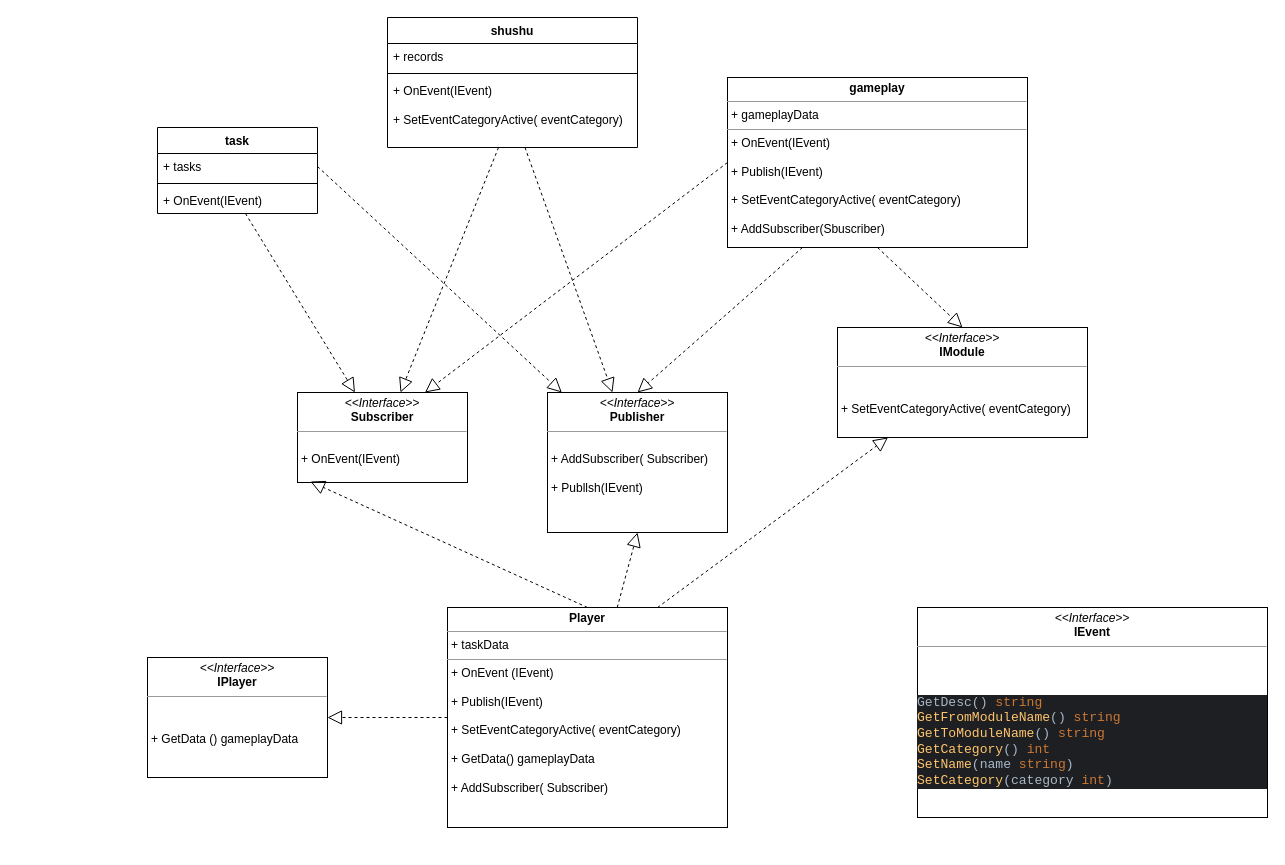
This is module.drawio from phuhao00/greatestworks, a draw.io file, before an edit. Source tidied: cells renumbered, new cells numbered last; positions are measured from the earlier drawing's top-left corner, leaving out a move shared by most shapes. Both pictures are drawn from the tidied source at 100%, with x=0, y=0 at pixel (147, 17).
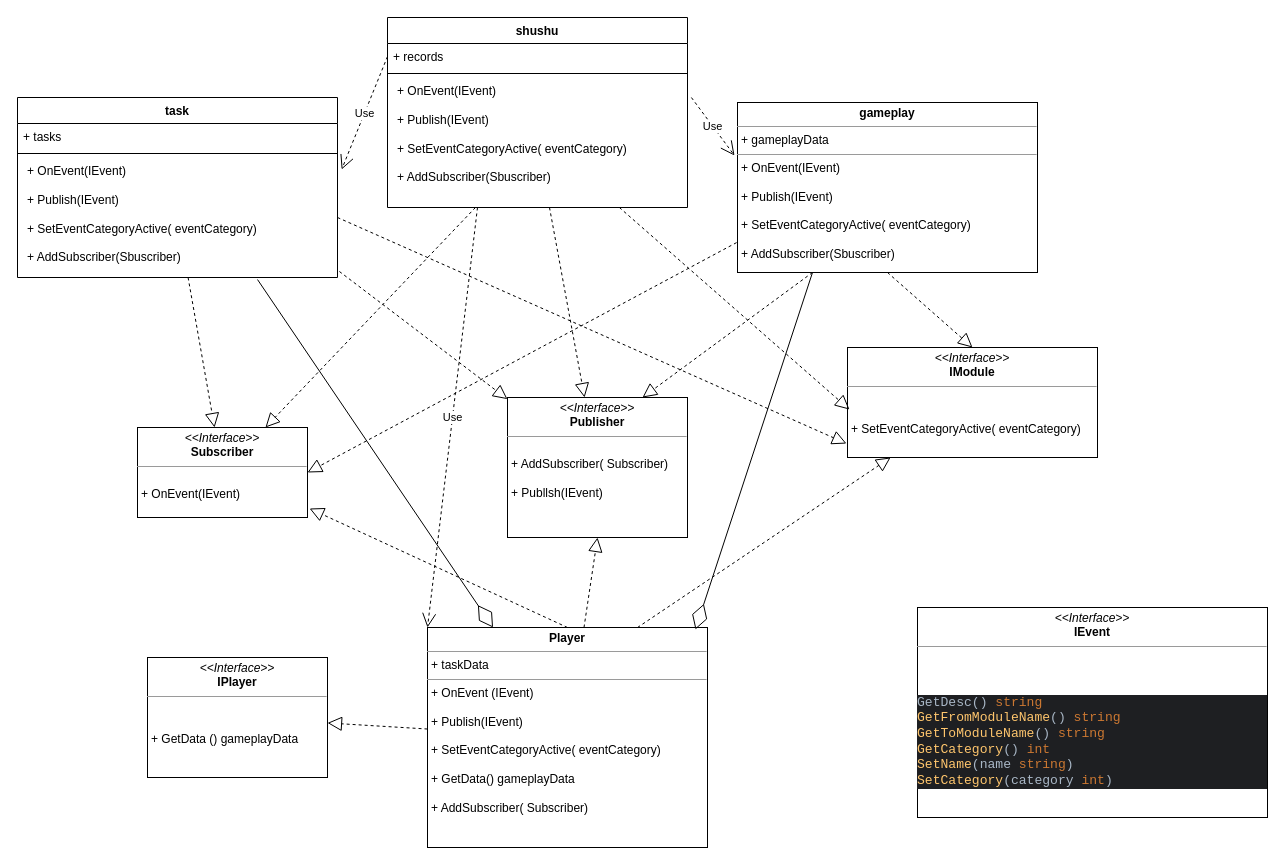
After the change.

Commit message (it also covers changes not shown here):
module class view edit

Change to the diagram source:
```diff
@@
     <mxCell id="2" value="task" style="swimlane;fontStyle=1;align=center;verticalAlign=top;horizontal=1;startSize=26;whiteSpace=wrap;html=1;" parent="1" vertex="1">
-      <mxGeometry x="10" y="110" width="160" height="86" as="geometry" />
+      <mxGeometry x="-130" y="80" width="320" height="180" as="geometry" />
     </mxCell>
     <mxCell id="3" value="+ tasks" style="text;strokeColor=none;fillColor=none;align=left;verticalAlign=top;spacingLeft=4;spacingRight=4;overflow=hidden;points=[[0,0.5],[1,0.5]];portConstraint=eastwest;whiteSpace=wrap;html=1;" parent="2" vertex="1">
-      <mxGeometry y="26" width="160" height="26" as="geometry" />
+      <mxGeometry y="26" width="320" height="26" as="geometry" />
     </mxCell>
     <mxCell id="4" style="line;strokeWidth=1;fillColor=none;align=left;verticalAlign=middle;spacingTop=-1;spacingLeft=3;spacingRight=3;labelPosition=right;strokeColor=inherit;" parent="2" vertex="1">
-      <mxGeometry y="52" width="160" height="8" as="geometry" />
+      <mxGeometry y="52" width="320" height="8" as="geometry" />
     </mxCell>
-    <mxCell id="5" value="+ OnEvent(IEvent)&lt;br&gt;" style="text;strokeColor=none;fillColor=none;align=left;verticalAlign=top;spacingLeft=4;spacingRight=4;overflow=hidden;points=[[0,0.5],[1,0.5]];portConstraint=eastwest;whiteSpace=wrap;html=1;" parent="2" vertex="1">
-      <mxGeometry y="60" width="160" height="26" as="geometry" />
+    <mxCell id="5" value="&lt;p style=&quot;border-color: var(--border-color); margin: 0px 0px 0px 4px;&quot;&gt;+ OnEvent(IEvent)&lt;/p&gt;&lt;p style=&quot;border-color: var(--border-color); margin: 0px 0px 0px 4px;&quot;&gt;&lt;br style=&quot;border-color: var(--border-color);&quot;&gt;&lt;/p&gt;&lt;p style=&quot;border-color: var(--border-color); margin: 0px 0px 0px 4px;&quot;&gt;+ Publish(IEvent)&lt;/p&gt;&lt;p style=&quot;border-color: var(--border-color); margin: 0px 0px 0px 4px;&quot;&gt;&lt;br style=&quot;border-color: var(--border-color);&quot;&gt;&lt;/p&gt;&lt;p style=&quot;border-color: var(--border-color); margin: 0px 0px 0px 4px;&quot;&gt;+&amp;nbsp;SetEventCategoryActive(&amp;nbsp;eventCategory)&lt;br style=&quot;border-color: var(--border-color);&quot;&gt;&lt;/p&gt;&lt;p style=&quot;border-color: var(--border-color); margin: 0px 0px 0px 4px;&quot;&gt;&lt;br style=&quot;border-color: var(--border-color);&quot;&gt;&lt;/p&gt;&lt;p style=&quot;border-color: var(--border-color); margin: 0px 0px 0px 4px;&quot;&gt;+ AddSubscriber(Sbuscriber)&lt;/p&gt;" style="text;strokeColor=none;fillColor=none;align=left;verticalAlign=top;spacingLeft=4;spacingRight=4;overflow=hidden;points=[[0,0.5],[1,0.5]];portConstraint=eastwest;whiteSpace=wrap;html=1;" parent="2" vertex="1">
+      <mxGeometry y="60" width="320" height="120" as="geometry" />
     </mxCell>
     <mxCell id="6" value="shushu" style="swimlane;fontStyle=1;align=center;verticalAlign=top;horizontal=1;startSize=26;whiteSpace=wrap;html=1;" parent="1" vertex="1">
-      <mxGeometry x="240" width="250" height="130" as="geometry" />
+      <mxGeometry x="240" width="300" height="190" as="geometry" />
     </mxCell>
     <mxCell id="7" value="+ records" style="text;strokeColor=none;fillColor=none;align=left;verticalAlign=top;spacingLeft=4;spacingRight=4;overflow=hidden;points=[[0,0.5],[1,0.5]];portConstraint=eastwest;whiteSpace=wrap;html=1;" parent="6" vertex="1">
-      <mxGeometry y="26" width="250" height="26" as="geometry" />
+      <mxGeometry y="26" width="300" height="26" as="geometry" />
     </mxCell>
     <mxCell id="8" style="line;strokeWidth=1;fillColor=none;align=left;verticalAlign=middle;spacingTop=-1;spacingLeft=3;spacingRight=3;labelPosition=right;strokeColor=inherit;" parent="6" vertex="1">
-      <mxGeometry y="52" width="250" height="8" as="geometry" />
+      <mxGeometry y="52" width="300" height="8" as="geometry" />
     </mxCell>
-    <mxCell id="9" value="+ OnEvent(IEvent)&lt;br&gt;&lt;br&gt;+&amp;nbsp;SetEventCategoryActive(&amp;nbsp;eventCategory)" style="text;strokeColor=none;fillColor=none;align=left;verticalAlign=top;spacingLeft=4;spacingRight=4;overflow=hidden;points=[[0,0.5],[1,0.5]];portConstraint=eastwest;whiteSpace=wrap;html=1;" parent="6" vertex="1">
-      <mxGeometry y="60" width="250" height="70" as="geometry" />
+    <mxCell id="9" value="&lt;p style=&quot;border-color: var(--border-color); margin: 0px 0px 0px 4px;&quot;&gt;+ OnEvent(IEvent)&lt;/p&gt;&lt;p style=&quot;border-color: var(--border-color); margin: 0px 0px 0px 4px;&quot;&gt;&lt;br style=&quot;border-color: var(--border-color);&quot;&gt;&lt;/p&gt;&lt;p style=&quot;border-color: var(--border-color); margin: 0px 0px 0px 4px;&quot;&gt;+ Publish(IEvent)&lt;/p&gt;&lt;p style=&quot;border-color: var(--border-color); margin: 0px 0px 0px 4px;&quot;&gt;&lt;br style=&quot;border-color: var(--border-color);&quot;&gt;&lt;/p&gt;&lt;p style=&quot;border-color: var(--border-color); margin: 0px 0px 0px 4px;&quot;&gt;+&amp;nbsp;SetEventCategoryActive(&amp;nbsp;eventCategory)&lt;br style=&quot;border-color: var(--border-color);&quot;&gt;&lt;/p&gt;&lt;p style=&quot;border-color: var(--border-color); margin: 0px 0px 0px 4px;&quot;&gt;&lt;br style=&quot;border-color: var(--border-color);&quot;&gt;&lt;/p&gt;&lt;p style=&quot;border-color: var(--border-color); margin: 0px 0px 0px 4px;&quot;&gt;+ AddSubscriber(Sbuscriber)&lt;/p&gt;" style="text;strokeColor=none;fillColor=none;align=left;verticalAlign=top;spacingLeft=4;spacingRight=4;overflow=hidden;points=[[0,0.5],[1,0.5]];portConstraint=eastwest;whiteSpace=wrap;html=1;" parent="6" vertex="1">
+      <mxGeometry y="60" width="300" height="130" as="geometry" />
     </mxCell>
@@
     <mxCell id="11" value="&lt;p style=&quot;margin:0px;margin-top:4px;text-align:center;&quot;&gt;&lt;i&gt;&amp;lt;&amp;lt;Interface&amp;gt;&amp;gt;&lt;/i&gt;&lt;br&gt;&lt;b&gt;IModule&lt;/b&gt;&lt;/p&gt;&lt;hr size=&quot;1&quot;&gt;&lt;p style=&quot;margin:0px;margin-left:4px;&quot;&gt;&lt;br&gt;&lt;/p&gt;&lt;p style=&quot;margin:0px;margin-left:4px;&quot;&gt;&lt;br&gt;&lt;/p&gt;&lt;p style=&quot;margin:0px;margin-left:4px;&quot;&gt;+&amp;nbsp;SetEventCategoryActive(&amp;nbsp;eventCategory&lt;span style=&quot;background-color: initial;&quot;&gt;)&lt;/span&gt;&lt;/p&gt;" style="verticalAlign=top;align=left;overflow=fill;fontSize=12;fontFamily=Helvetica;html=1;whiteSpace=wrap;" parent="1" vertex="1">
-      <mxGeometry x="690" y="310" width="250" height="110" as="geometry" />
+      <mxGeometry x="700" y="330" width="250" height="110" as="geometry" />
     </mxCell>
     <mxCell id="12" value="&lt;p style=&quot;margin:0px;margin-top:4px;text-align:center;&quot;&gt;&lt;i&gt;&amp;lt;&amp;lt;Interface&amp;gt;&amp;gt;&lt;/i&gt;&lt;br&gt;&lt;b&gt;Publisher&lt;/b&gt;&lt;/p&gt;&lt;hr size=&quot;1&quot;&gt;&lt;p style=&quot;margin:0px;margin-left:4px;&quot;&gt;&lt;br&gt;&lt;/p&gt;&lt;p style=&quot;margin:0px;margin-left:4px;&quot;&gt;+ AddSubscriber( Subscriber)&lt;br&gt;&lt;/p&gt;&lt;p style=&quot;margin:0px;margin-left:4px;&quot;&gt;&lt;br&gt;&lt;/p&gt;&lt;p style=&quot;margin:0px;margin-left:4px;&quot;&gt;+ Publlsh(IEvent)&lt;/p&gt;" style="verticalAlign=top;align=left;overflow=fill;fontSize=12;fontFamily=Helvetica;html=1;whiteSpace=wrap;" parent="1" vertex="1">
-      <mxGeometry x="400" y="375" width="180" height="140" as="geometry" />
+      <mxGeometry x="360" y="380" width="180" height="140" as="geometry" />
     </mxCell>
     <mxCell id="13" value="&lt;p style=&quot;margin:0px;margin-top:4px;text-align:center;&quot;&gt;&lt;i&gt;&amp;lt;&amp;lt;Interface&amp;gt;&amp;gt;&lt;/i&gt;&lt;br&gt;&lt;b&gt;Subscriber&lt;/b&gt;&lt;/p&gt;&lt;hr size=&quot;1&quot;&gt;&lt;p style=&quot;margin:0px;margin-left:4px;&quot;&gt;&lt;br&gt;&lt;/p&gt;&lt;p style=&quot;margin:0px;margin-left:4px;&quot;&gt;+ OnEvent(IEvent)&lt;br&gt;&lt;/p&gt;&lt;p style=&quot;margin:0px;margin-left:4px;&quot;&gt;&lt;br&gt;&lt;/p&gt;" style="verticalAlign=top;align=left;overflow=fill;fontSize=12;fontFamily=Helvetica;html=1;whiteSpace=wrap;" parent="1" vertex="1">
-      <mxGeometry x="150" y="375" width="170" height="90" as="geometry" />
+      <mxGeometry x="-10" y="410" width="170" height="90" as="geometry" />
     </mxCell>
     <mxCell id="14" value="&lt;p style=&quot;margin:0px;margin-top:4px;text-align:center;&quot;&gt;&lt;b&gt;Player&lt;/b&gt;&lt;/p&gt;&lt;hr size=&quot;1&quot;&gt;&lt;p style=&quot;margin:0px;margin-left:4px;&quot;&gt;+ taskData&lt;/p&gt;&lt;hr size=&quot;1&quot;&gt;&lt;p style=&quot;margin:0px;margin-left:4px;&quot;&gt;+ OnEvent (IEvent)&lt;/p&gt;&lt;p style=&quot;margin:0px;margin-left:4px;&quot;&gt;&lt;br&gt;&lt;/p&gt;&lt;p style=&quot;border-color: var(--border-color); margin: 0px 0px 0px 4px;&quot;&gt;+ Publish(IEvent)&lt;br style=&quot;border-color: var(--border-color);&quot;&gt;&lt;/p&gt;&lt;p style=&quot;border-color: var(--border-color); margin: 0px 0px 0px 4px;&quot;&gt;&lt;br style=&quot;border-color: var(--border-color);&quot;&gt;&lt;/p&gt;&lt;p style=&quot;border-color: var(--border-color); margin: 0px 0px 0px 4px;&quot;&gt;+&amp;nbsp;SetEventCategoryActive(&amp;nbsp;eventCategory)&lt;/p&gt;&lt;p style=&quot;border-color: var(--border-color); margin: 0px 0px 0px 4px;&quot;&gt;&lt;br&gt;&lt;/p&gt;&lt;p style=&quot;border-color: var(--border-color); margin: 0px 0px 0px 4px;&quot;&gt;+ GetData() gameplayData&lt;/p&gt;&lt;p style=&quot;border-color: var(--border-color); margin: 0px 0px 0px 4px;&quot;&gt;&lt;br&gt;&lt;/p&gt;&lt;p style=&quot;border-color: var(--border-color); margin: 0px 0px 0px 4px;&quot;&gt;+ AddSubscriber( Subscriber)&lt;br&gt;&lt;/p&gt;&lt;p style=&quot;border-color: var(--border-color); margin: 0px 0px 0px 4px;&quot;&gt;&lt;br&gt;&lt;/p&gt;" style="verticalAlign=top;align=left;overflow=fill;fontSize=12;fontFamily=Helvetica;html=1;whiteSpace=wrap;" parent="1" vertex="1">
-      <mxGeometry x="300" y="590" width="280" height="220" as="geometry" />
+      <mxGeometry x="280" y="610" width="280" height="220" as="geometry" />
     </mxCell>
-    <mxCell id="15" style="endArrow=block;dashed=1;endFill=0;endSize=12;html=1;rounded=0;exitX=0.5;exitY=0;exitDx=0;exitDy=0;entryX=0.076;entryY=0.989;entryDx=0;entryDy=0;entryPerimeter=0;" parent="1" edge="1" source="14" target="13">
+    <mxCell id="15" style="endArrow=block;dashed=1;endFill=0;endSize=12;html=1;rounded=0;exitX=0.5;exitY=0;exitDx=0;exitDy=0;entryX=1.012;entryY=0.9;entryDx=0;entryDy=0;entryPerimeter=0;" parent="1" edge="1" source="14" target="13">
       <mxGeometry relative="1" as="geometry" />
     </mxCell>
@@
     <mxCell id="18" value="&lt;p style=&quot;margin:0px;margin-top:4px;text-align:center;&quot;&gt;&lt;b&gt;gameplay&lt;/b&gt;&lt;/p&gt;&lt;hr size=&quot;1&quot;&gt;&lt;p style=&quot;margin:0px;margin-left:4px;&quot;&gt;+ gameplayData&lt;/p&gt;&lt;hr size=&quot;1&quot;&gt;&lt;p style=&quot;margin:0px;margin-left:4px;&quot;&gt;+ OnEvent(IEvent)&lt;/p&gt;&lt;p style=&quot;margin:0px;margin-left:4px;&quot;&gt;&lt;br&gt;&lt;/p&gt;&lt;p style=&quot;margin:0px;margin-left:4px;&quot;&gt;+ Publish(IEvent)&lt;/p&gt;&lt;p style=&quot;margin:0px;margin-left:4px;&quot;&gt;&lt;br&gt;&lt;/p&gt;&lt;p style=&quot;margin:0px;margin-left:4px;&quot;&gt;+&amp;nbsp;SetEventCategoryActive(&amp;nbsp;eventCategory)&lt;br&gt;&lt;/p&gt;&lt;p style=&quot;margin:0px;margin-left:4px;&quot;&gt;&lt;br&gt;&lt;/p&gt;&lt;p style=&quot;margin:0px;margin-left:4px;&quot;&gt;+ AddSubscriber(Sbuscriber)&lt;br&gt;&lt;/p&gt;" style="verticalAlign=top;align=left;overflow=fill;fontSize=12;fontFamily=Helvetica;html=1;whiteSpace=wrap;" parent="1" vertex="1">
-      <mxGeometry x="580" y="60" width="300" height="170" as="geometry" />
+      <mxGeometry x="590" y="85" width="300" height="170" as="geometry" />
     </mxCell>
@@
-    <mxCell id="23" style="endArrow=block;dashed=1;endFill=0;endSize=12;html=1;rounded=0;exitX=0.25;exitY=1;exitDx=0;exitDy=0;entryX=0.5;entryY=0;entryDx=0;entryDy=0;" parent="1" edge="1" source="18" target="12">
+    <mxCell id="23" style="endArrow=block;dashed=1;endFill=0;endSize=12;html=1;rounded=0;exitX=0.25;exitY=1;exitDx=0;exitDy=0;entryX=0.75;entryY=0;entryDx=0;entryDy=0;" parent="1" edge="1" source="18" target="12">
       <mxGeometry relative="1" as="geometry" />
     </mxCell>
@@
-    <mxCell id="25" style="endArrow=block;dashed=1;endFill=0;endSize=12;html=1;rounded=0;exitX=1;exitY=0.5;exitDx=0;exitDy=0;" parent="1" edge="1" source="3" target="12">
+    <mxCell id="25" style="endArrow=block;dashed=1;endFill=0;endSize=12;html=1;rounded=0;exitX=1.006;exitY=0.95;exitDx=0;exitDy=0;exitPerimeter=0;" parent="1" edge="1" source="5" target="12">
       <mxGeometry relative="1" as="geometry" />
     </mxCell>
-    <mxCell id="26" style="endArrow=block;dashed=1;endFill=0;endSize=12;html=1;rounded=0;entryX=0.75;entryY=0;entryDx=0;entryDy=0;exitX=0;exitY=0.5;exitDx=0;exitDy=0;" parent="1" edge="1" source="18" target="13">
+    <mxCell id="26" style="endArrow=block;dashed=1;endFill=0;endSize=12;html=1;rounded=0;entryX=1;entryY=0.5;entryDx=0;entryDy=0;exitX=-0.003;exitY=0.824;exitDx=0;exitDy=0;exitPerimeter=0;" parent="1" edge="1" source="18" target="13">
       <mxGeometry relative="1" as="geometry" />
     </mxCell>
@@
+    <mxCell id="28" style="endArrow=block;dashed=1;endFill=0;endSize=12;html=1;rounded=0;exitX=0.773;exitY=1;exitDx=0;exitDy=0;exitPerimeter=0;entryX=0.008;entryY=0.564;entryDx=0;entryDy=0;entryPerimeter=0;" parent="1" edge="1" source="9" target="11">
+      <mxGeometry relative="1" as="geometry" />
+    </mxCell>
+    <mxCell id="29" style="endArrow=block;dashed=1;endFill=0;endSize=12;html=1;rounded=0;exitX=1;exitY=0.5;exitDx=0;exitDy=0;entryX=-0.004;entryY=0.873;entryDx=0;entryDy=0;entryPerimeter=0;" parent="1" edge="1" source="5" target="11">
+      <mxGeometry relative="1" as="geometry" />
+    </mxCell>
+    <mxCell id="30" style="endArrow=diamondThin;endFill=0;endSize=24;html=1;rounded=0;entryX=0.957;entryY=0.009;entryDx=0;entryDy=0;entryPerimeter=0;exitX=0.25;exitY=1;exitDx=0;exitDy=0;" parent="1" edge="1" source="18" target="14">
+      <mxGeometry relative="1" as="geometry" />
+    </mxCell>
+    <mxCell id="31" style="endArrow=diamondThin;endFill=0;endSize=24;html=1;rounded=0;exitX=0.75;exitY=1.017;exitDx=0;exitDy=0;exitPerimeter=0;" parent="1" edge="1" source="5" target="14">
+      <mxGeometry relative="1" as="geometry" />
+    </mxCell>
+    <mxCell id="32" value="Use" style="endArrow=open;endSize=12;dashed=1;html=1;rounded=0;entryX=1.013;entryY=0.1;entryDx=0;entryDy=0;entryPerimeter=0;exitX=0;exitY=0.5;exitDx=0;exitDy=0;" parent="1" edge="1" source="7" target="5">
+      <mxGeometry relative="1" as="geometry" />
+    </mxCell>
+    <mxCell id="33" value="Use" style="endArrow=open;endSize=12;dashed=1;html=1;rounded=0;exitX=1.013;exitY=0.154;exitDx=0;exitDy=0;exitPerimeter=0;entryX=-0.01;entryY=0.312;entryDx=0;entryDy=0;entryPerimeter=0;" parent="1" edge="1" source="9" target="18">
+      <mxGeometry relative="1" as="geometry" />
+    </mxCell>
+    <mxCell id="34" value="Use" style="endArrow=open;endSize=12;dashed=1;html=1;rounded=0;" parent="1" edge="1">
+      <mxGeometry relative="1" as="geometry">
+        <mxPoint x="330" y="190" as="sourcePoint" />
+        <mxPoint x="280" y="610" as="targetPoint" />
+      </mxGeometry>
+    </mxCell>
```
